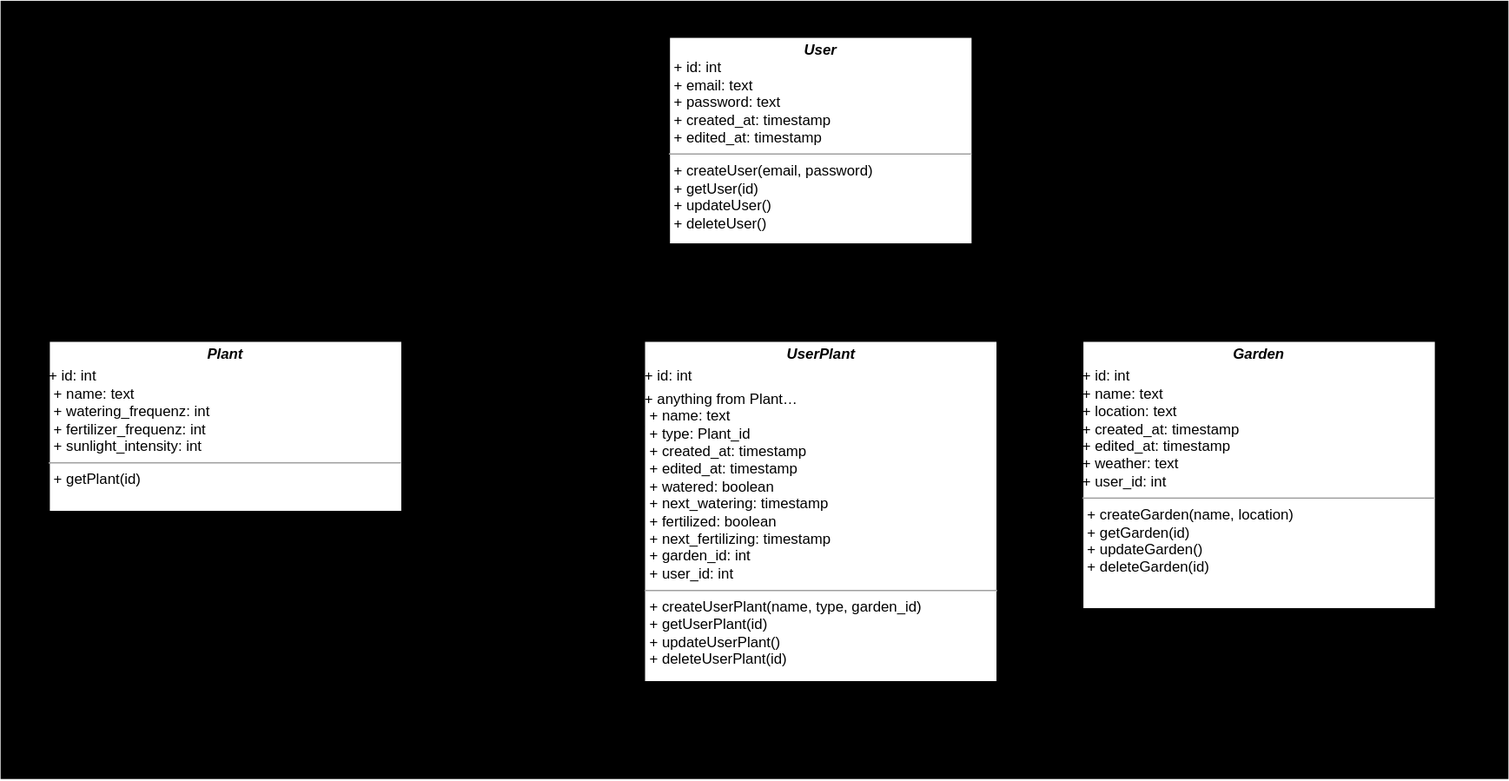
Earlier version of the draw.io export docs/assets/svg/architecturalDiagrams/classDiagram.drawio.svg (Green-Fingers-App/gardeningApp). Source tidied: cells renumbered, new cells last; positions are measured from the earlier drawing's top-left corner, leaving out a move shared by most shapes. Its diagram source:
```xml
<mxGraphModel>
  <root>
    <mxCell id="0" />
    <mxCell id="1" parent="0" />
    <mxCell id="2" style="whiteSpace=wrap;html=1;fillColor=#000000;strokeColor=none;" parent="1" vertex="1">
      <mxGeometry width="1240" height="640" as="geometry" />
    </mxCell>
    <mxCell id="3" value="&lt;p style=&quot;margin:0px;margin-top:4px;text-align:center;&quot;&gt;&lt;i&gt;&lt;b&gt;User&lt;/b&gt;&lt;/i&gt;&lt;br&gt;&lt;/p&gt;&lt;p style=&quot;margin:0px;margin-left:4px;&quot;&gt;+ id: int&lt;br&gt;+ email: text&lt;/p&gt;&lt;p style=&quot;margin:0px;margin-left:4px;&quot;&gt;+ password: text&lt;/p&gt;&lt;p style=&quot;margin:0px;margin-left:4px;&quot;&gt;+ created_at: timestamp&lt;/p&gt;&lt;p style=&quot;margin:0px;margin-left:4px;&quot;&gt;+ edited_at: timestamp&lt;/p&gt;&lt;hr size=&quot;1&quot;&gt;&lt;p style=&quot;margin:0px;margin-left:4px;&quot;&gt;+ createUser(email, password)&lt;/p&gt;&lt;p style=&quot;margin:0px;margin-left:4px;&quot;&gt;+ getUser(id)&lt;/p&gt;&lt;p style=&quot;margin:0px;margin-left:4px;&quot;&gt;+ updateUser()&lt;/p&gt;&lt;p style=&quot;margin:0px;margin-left:4px;&quot;&gt;+ deleteUser()&lt;/p&gt;" style="verticalAlign=top;align=left;overflow=fill;fontSize=12;fontFamily=Helvetica;html=1;strokeColor=#000000;fontColor=#000000;fillColor=#FFFFFF;" parent="1" vertex="1">
      <mxGeometry x="550" y="30" width="249" height="170" as="geometry" />
    </mxCell>
    <mxCell id="4" value="&lt;p style=&quot;margin:0px;margin-top:4px;text-align:center;&quot;&gt;&lt;span style=&quot;background-color: initial; text-align: left;&quot;&gt;&lt;b&gt;&lt;i&gt;UserPlant&lt;/i&gt;&lt;/b&gt;&lt;/span&gt;&lt;/p&gt;&lt;p style=&quot;margin: 4px 0px 0px;&quot;&gt;&lt;span style=&quot;background-color: initial;&quot;&gt;&amp;nbsp;+ id: int&lt;/span&gt;&lt;br&gt;&lt;/p&gt;&lt;p style=&quot;margin: 4px 0px 0px;&quot;&gt;&lt;span style=&quot;background-color: initial;&quot;&gt;&amp;nbsp;+ anything from Plant…&lt;/span&gt;&lt;/p&gt;&lt;p style=&quot;margin:0px;margin-left:4px;&quot;&gt;+ name: text&lt;/p&gt;&lt;p style=&quot;margin:0px;margin-left:4px;&quot;&gt;+ type: Plant_id&lt;/p&gt;&lt;p style=&quot;margin:0px;margin-left:4px;&quot;&gt;+ created_at: timestamp&lt;/p&gt;&lt;p style=&quot;margin:0px;margin-left:4px;&quot;&gt;+ edited_at: timestamp&lt;/p&gt;&lt;p style=&quot;margin:0px;margin-left:4px;&quot;&gt;+ watered: boolean&lt;/p&gt;&lt;p style=&quot;margin:0px;margin-left:4px;&quot;&gt;+ next_watering: timestamp&lt;/p&gt;&lt;p style=&quot;margin:0px;margin-left:4px;&quot;&gt;+ fertilized: boolean&lt;/p&gt;&lt;p style=&quot;margin:0px;margin-left:4px;&quot;&gt;+ next_fertilizing: timestamp&lt;/p&gt;&lt;p style=&quot;margin:0px;margin-left:4px;&quot;&gt;+ garden_id: int&lt;/p&gt;&lt;p style=&quot;margin:0px;margin-left:4px;&quot;&gt;+ user_id: int&lt;br&gt;&lt;/p&gt;&lt;hr size=&quot;1&quot;&gt;&lt;p style=&quot;margin:0px;margin-left:4px;&quot;&gt;+ createUserPlant(name, type, garden_id)&lt;/p&gt;&lt;p style=&quot;margin:0px;margin-left:4px;&quot;&gt;+ getUserPlant(id)&lt;/p&gt;&lt;p style=&quot;margin:0px;margin-left:4px;&quot;&gt;+ updateUserPlant()&lt;/p&gt;&lt;p style=&quot;margin:0px;margin-left:4px;&quot;&gt;+ deleteUserPlant(id)&lt;/p&gt;" style="verticalAlign=top;align=left;overflow=fill;fontSize=12;fontFamily=Helvetica;html=1;strokeColor=#000000;fontColor=#000000;fillColor=#FFFFFF;" parent="1" vertex="1">
      <mxGeometry x="529.5" y="280" width="290" height="280" as="geometry" />
    </mxCell>
    <mxCell id="5" value="&lt;p style=&quot;margin:0px;margin-top:4px;text-align:center;&quot;&gt;&lt;span style=&quot;background-color: initial; text-align: left;&quot;&gt;&lt;b&gt;&lt;i&gt;Garden&lt;/i&gt;&lt;/b&gt;&lt;/span&gt;&lt;/p&gt;&lt;p style=&quot;margin: 4px 0px 0px;&quot;&gt;&lt;span style=&quot;background-color: initial;&quot;&gt;&amp;nbsp;&lt;/span&gt;&lt;/p&gt;&amp;nbsp;+ id: int&lt;br style=&quot;padding: 0px; margin: 0px;&quot;&gt;&amp;nbsp;+ name: text&lt;br style=&quot;padding: 0px; margin: 0px;&quot;&gt;&amp;nbsp;+ location: text&lt;br style=&quot;padding: 0px; margin: 0px;&quot;&gt;&amp;nbsp;+ created_at: timestamp&lt;br style=&quot;padding: 0px; margin: 0px;&quot;&gt;&amp;nbsp;+ edited_at: timestamp&lt;br style=&quot;padding: 0px; margin: 0px;&quot;&gt;&amp;nbsp;+ weather: text&lt;br style=&quot;padding: 0px; margin: 0px;&quot;&gt;&amp;nbsp;+ user_id: int&lt;hr size=&quot;1&quot;&gt;&lt;p style=&quot;margin:0px;margin-left:4px;&quot;&gt;+ createGarden(name, location)&lt;/p&gt;&lt;p style=&quot;margin:0px;margin-left:4px;&quot;&gt;+ getGarden(id)&lt;/p&gt;&lt;p style=&quot;margin:0px;margin-left:4px;&quot;&gt;+ updateGarden()&lt;/p&gt;&lt;p style=&quot;margin:0px;margin-left:4px;&quot;&gt;+ deleteGarden(id)&lt;/p&gt;" style="verticalAlign=top;align=left;overflow=fill;fontSize=12;fontFamily=Helvetica;html=1;strokeColor=#000000;fontColor=#000000;fillColor=#FFFFFF;" parent="1" vertex="1">
      <mxGeometry x="890" y="280" width="290" height="220" as="geometry" />
    </mxCell>
    <mxCell id="6" value="&lt;p style=&quot;margin:0px;margin-top:4px;text-align:center;&quot;&gt;&lt;span style=&quot;background-color: initial; text-align: left;&quot;&gt;&lt;b&gt;&lt;i&gt;Plant&lt;/i&gt;&lt;/b&gt;&lt;/span&gt;&lt;/p&gt;&lt;p style=&quot;margin: 4px 0px 0px;&quot;&gt;&lt;span style=&quot;background-color: initial;&quot;&gt;&amp;nbsp;+ id: int&lt;/span&gt;&lt;br&gt;&lt;/p&gt;&lt;p style=&quot;margin:0px;margin-left:4px;&quot;&gt;+ name: text&lt;/p&gt;&lt;p style=&quot;margin:0px;margin-left:4px;&quot;&gt;+ watering_frequenz: int&lt;/p&gt;&lt;p style=&quot;margin:0px;margin-left:4px;&quot;&gt;+ fertilizer_frequenz: int&lt;/p&gt;&lt;p style=&quot;margin:0px;margin-left:4px;&quot;&gt;+ sunlight_intensity: int&lt;/p&gt;&lt;hr size=&quot;1&quot;&gt;&lt;p style=&quot;margin:0px;margin-left:4px;&quot;&gt;&lt;span style=&quot;background-color: initial;&quot;&gt;+ getPlant(id)&lt;/span&gt;&lt;br&gt;&lt;/p&gt;" style="verticalAlign=top;align=left;overflow=fill;fontSize=12;fontFamily=Helvetica;html=1;strokeColor=#000000;fontColor=#000000;fillColor=#FFFFFF;" parent="1" vertex="1">
      <mxGeometry x="40" y="280" width="290" height="140" as="geometry" />
    </mxCell>
    <mxCell id="7" style="endArrow=open;html=1;endSize=12;startArrow=diamondThin;startSize=14;startFill=1;edgeStyle=orthogonalEdgeStyle;align=left;verticalAlign=bottom;exitX=0.5;exitY=1;exitDx=0;exitDy=0;entryX=0.5;entryY=0;entryDx=0;entryDy=0;" parent="1" edge="1" source="3" target="4">
      <mxGeometry x="-1" y="16" relative="1" as="geometry" />
    </mxCell>
    <mxCell id="8" value="1" style="text;html=1;strokeColor=none;fillColor=none;align=center;verticalAlign=middle;whiteSpace=wrap;rounded=0;" parent="1" vertex="1">
      <mxGeometry x="658" y="194" width="60" height="30" as="geometry" />
    </mxCell>
    <mxCell id="9" value="*" style="text;html=1;strokeColor=none;fillColor=none;align=center;verticalAlign=middle;whiteSpace=wrap;rounded=0;" parent="1" vertex="1">
      <mxGeometry x="658" y="260" width="60" height="30" as="geometry" />
    </mxCell>
    <mxCell id="10" style="endArrow=open;html=1;endSize=12;startArrow=diamondThin;startSize=14;startFill=1;edgeStyle=orthogonalEdgeStyle;align=left;verticalAlign=bottom;exitX=0.75;exitY=1;exitDx=0;exitDy=0;entryX=0.5;entryY=0;entryDx=0;entryDy=0;" parent="1" edge="1" source="3" target="5">
      <mxGeometry x="-1" y="3" relative="1" as="geometry" />
    </mxCell>
    <mxCell id="11" value="1" style="text;html=1;strokeColor=none;fillColor=none;align=center;verticalAlign=middle;whiteSpace=wrap;rounded=0;" parent="1" vertex="1">
      <mxGeometry x="718" y="194" width="60" height="30" as="geometry" />
    </mxCell>
    <mxCell id="12" value="*" style="text;html=1;strokeColor=none;fillColor=none;align=center;verticalAlign=middle;whiteSpace=wrap;rounded=0;" parent="1" vertex="1">
      <mxGeometry x="1020" y="240" width="60" height="30" as="geometry" />
    </mxCell>
    <mxCell id="13" style="triangle;whiteSpace=wrap;html=1;rotation=-180;fillColor=#000000;" parent="1" vertex="1">
      <mxGeometry x="370" y="338" width="20" height="25" as="geometry" />
    </mxCell>
    <mxCell id="14" style="endArrow=none;html=1;exitX=1;exitY=0.5;exitDx=0;exitDy=0;entryX=1;entryY=0.5;entryDx=0;entryDy=0;" parent="1" edge="1" source="6" target="13">
      <mxGeometry relative="1" as="geometry" />
    </mxCell>
    <mxCell id="15" style="endArrow=none;html=1;exitX=0;exitY=0.5;exitDx=0;exitDy=0;entryX=0;entryY=0.25;entryDx=0;entryDy=0;" parent="1" edge="1" source="13" target="4">
      <mxGeometry relative="1" as="geometry" />
    </mxCell>
  </root>
</mxGraphModel>
```
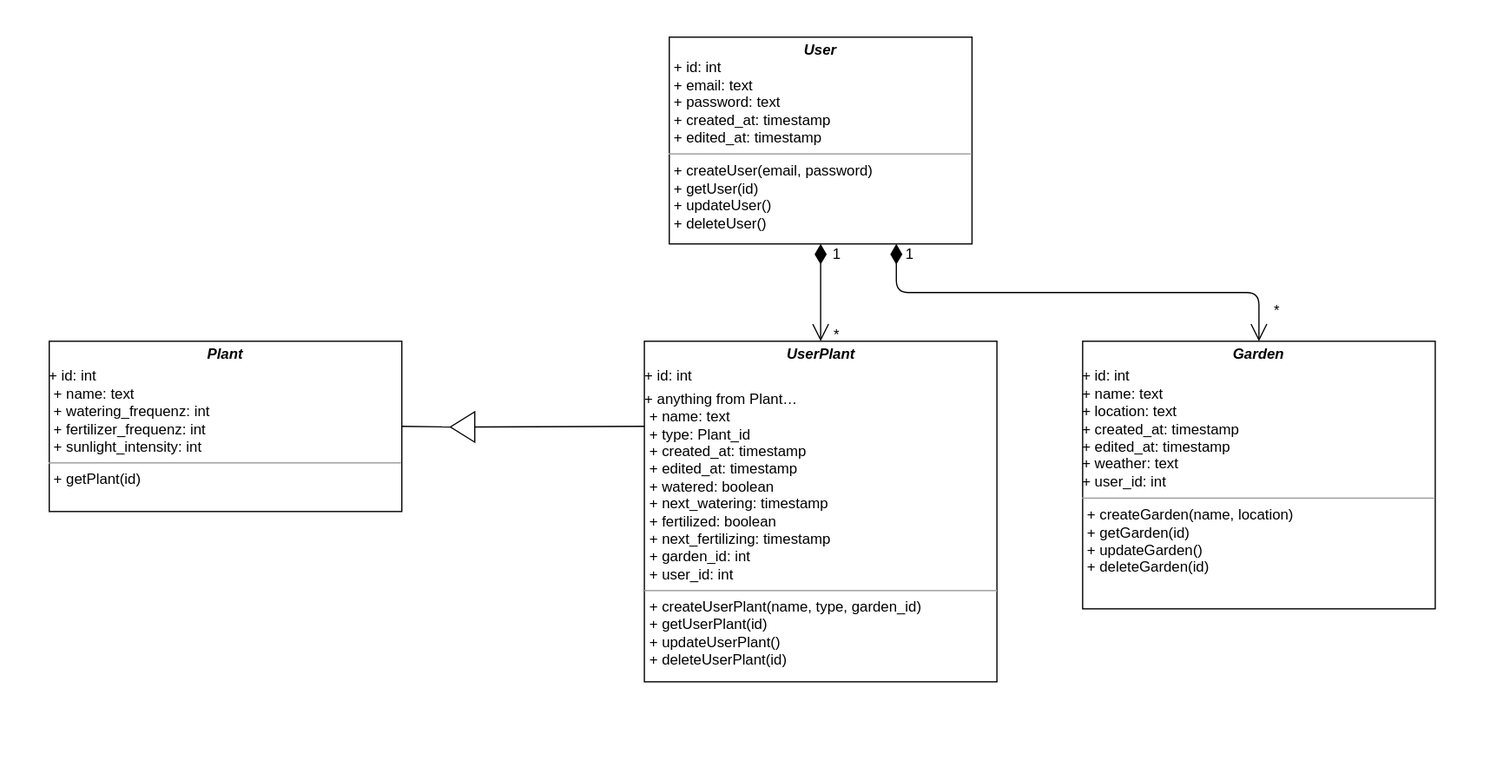
After the change.

Commit message:
Added class diagram to SAD

Diff of the diagram source:
```diff
@@ -2,7 +2,7 @@
   <root>
     <mxCell id="0" />
     <mxCell id="1" parent="0" />
-    <mxCell id="2" style="whiteSpace=wrap;html=1;fillColor=#000000;strokeColor=none;" parent="1" vertex="1">
+    <mxCell id="2" style="whiteSpace=wrap;html=1;fillColor=#FFFFFF;strokeColor=none;" parent="1" vertex="1">
       <mxGeometry width="1240" height="640" as="geometry" />
     </mxCell>
     <mxCell id="3" value="&lt;p style=&quot;margin:0px;margin-top:4px;text-align:center;&quot;&gt;&lt;i&gt;&lt;b&gt;User&lt;/b&gt;&lt;/i&gt;&lt;br&gt;&lt;/p&gt;&lt;p style=&quot;margin:0px;margin-left:4px;&quot;&gt;+ id: int&lt;br&gt;+ email: text&lt;/p&gt;&lt;p style=&quot;margin:0px;margin-left:4px;&quot;&gt;+ password: text&lt;/p&gt;&lt;p style=&quot;margin:0px;margin-left:4px;&quot;&gt;+ created_at: timestamp&lt;/p&gt;&lt;p style=&quot;margin:0px;margin-left:4px;&quot;&gt;+ edited_at: timestamp&lt;/p&gt;&lt;hr size=&quot;1&quot;&gt;&lt;p style=&quot;margin:0px;margin-left:4px;&quot;&gt;+ createUser(email, password)&lt;/p&gt;&lt;p style=&quot;margin:0px;margin-left:4px;&quot;&gt;+ getUser(id)&lt;/p&gt;&lt;p style=&quot;margin:0px;margin-left:4px;&quot;&gt;+ updateUser()&lt;/p&gt;&lt;p style=&quot;margin:0px;margin-left:4px;&quot;&gt;+ deleteUser()&lt;/p&gt;" style="verticalAlign=top;align=left;overflow=fill;fontSize=12;fontFamily=Helvetica;html=1;strokeColor=#000000;fontColor=#000000;fillColor=#FFFFFF;" parent="1" vertex="1">
@@ -35,7 +35,7 @@
     <mxCell id="12" value="*" style="text;html=1;strokeColor=none;fillColor=none;align=center;verticalAlign=middle;whiteSpace=wrap;rounded=0;" parent="1" vertex="1">
       <mxGeometry x="1020" y="240" width="60" height="30" as="geometry" />
     </mxCell>
-    <mxCell id="13" style="triangle;whiteSpace=wrap;html=1;rotation=-180;fillColor=#000000;" parent="1" vertex="1">
+    <mxCell id="13" style="triangle;whiteSpace=wrap;html=1;rotation=-180;fillColor=none;" parent="1" vertex="1">
       <mxGeometry x="370" y="338" width="20" height="25" as="geometry" />
     </mxCell>
     <mxCell id="14" style="endArrow=none;html=1;exitX=1;exitY=0.5;exitDx=0;exitDy=0;entryX=1;entryY=0.5;entryDx=0;entryDy=0;" parent="1" edge="1" source="6" target="13">
```
